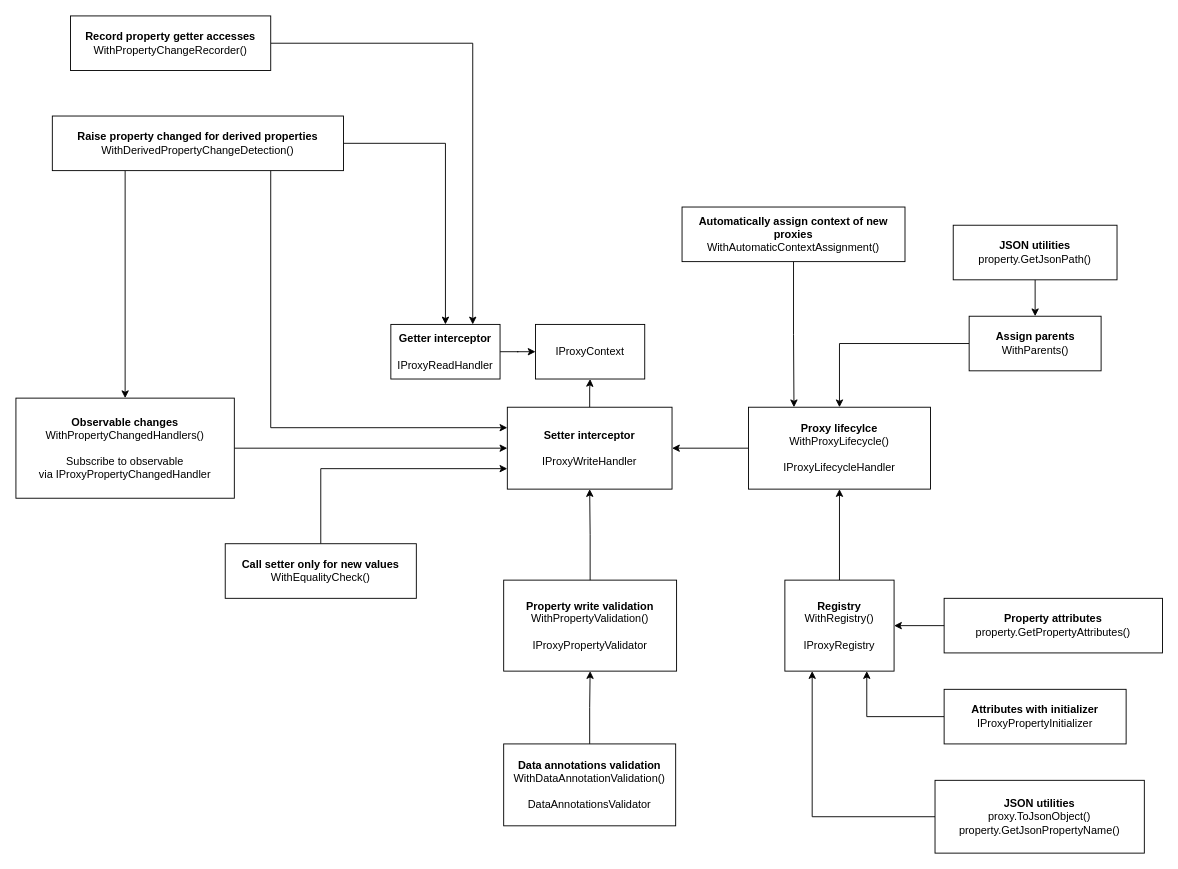
Before: Features.drawio in RicoSuter/Namotion.Interceptor, a draw.io diagram. Source tidied: cells renumbered, new cells numbered last; positions are measured from the earlier drawing's top-left corner, leaving out a move shared by most shapes. Both pictures are drawn from the tidied source at 91%, with x=0, y=0 at pixel (15, 15).
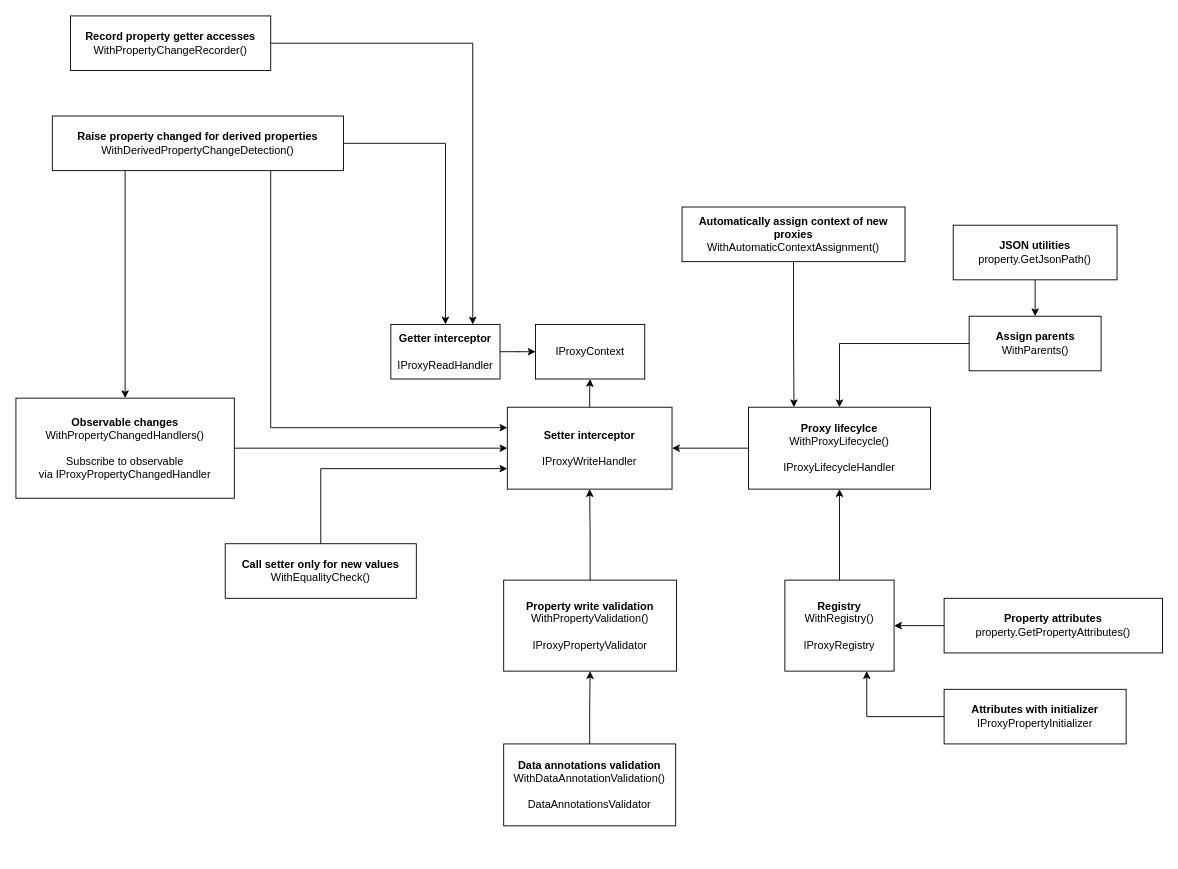
Above is the later version.

The change refers to these unchanged cells:
```xml
<mxCell id="10" value="&lt;b&gt;Registry&lt;/b&gt;&lt;div&gt;WithRegistry()&lt;/div&gt;&lt;div&gt;&lt;br&gt;&lt;div&gt;IProxyRegistry&lt;br&gt;&lt;/div&gt;&lt;/div&gt;" style="rounded=0;whiteSpace=wrap;html=1;" parent="1" vertex="1">
  <mxGeometry x="845" y="620" width="120" height="100" as="geometry" />
</mxCell>
```

Change to the diagram source:
```diff
@@
-    <mxCell id="33" style="edgeStyle=orthogonalEdgeStyle;rounded=0;jettySize=auto;html=1;entryX=0.25;entryY=1;entryDx=0;entryDy=0;" parent="1" edge="1" source="34" target="10">
-      <mxGeometry relative="1" as="geometry" />
-    </mxCell>
-    <mxCell id="34" value="&lt;b&gt;JSON utilities&lt;/b&gt;&lt;div&gt;proxy.ToJsonObject()&lt;/div&gt;&lt;div&gt;property.GetJsonPropertyName()&lt;br&gt;&lt;/div&gt;" style="whiteSpace=wrap;html=1;" parent="1" vertex="1">
-      <mxGeometry x="1010" y="840" width="230" height="80" as="geometry" />
-    </mxCell>
```
